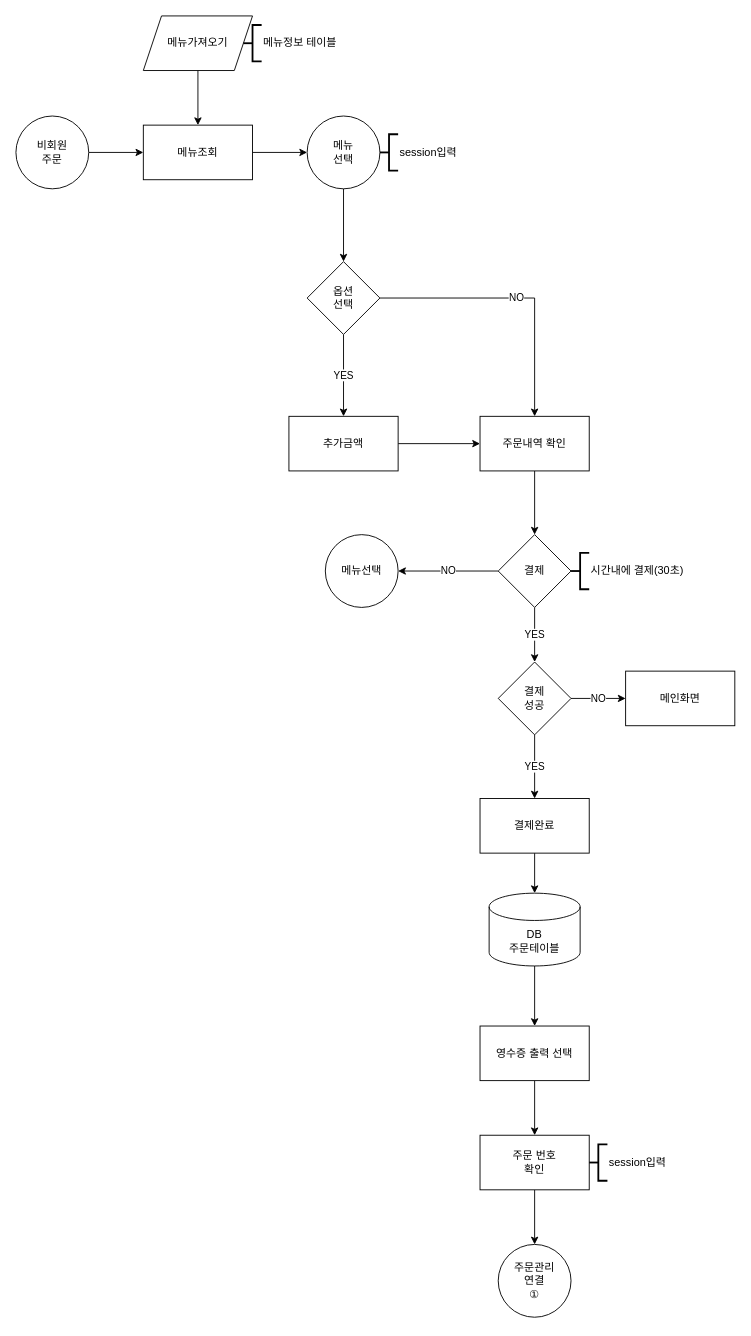
This is page "사용자_비회원주문" (5 of 15) of design/KioskClass.drawio from JinSolKwon/cafeKiosk, a draw.io file, before an edit. Source tidied: cells renumbered, new cells numbered last; positions are measured from the earlier drawing's top-left corner, leaving out a move shared by most shapes. Both pictures are drawn from the tidied source at 91%, with x=0, y=0 at pixel (15, 15).
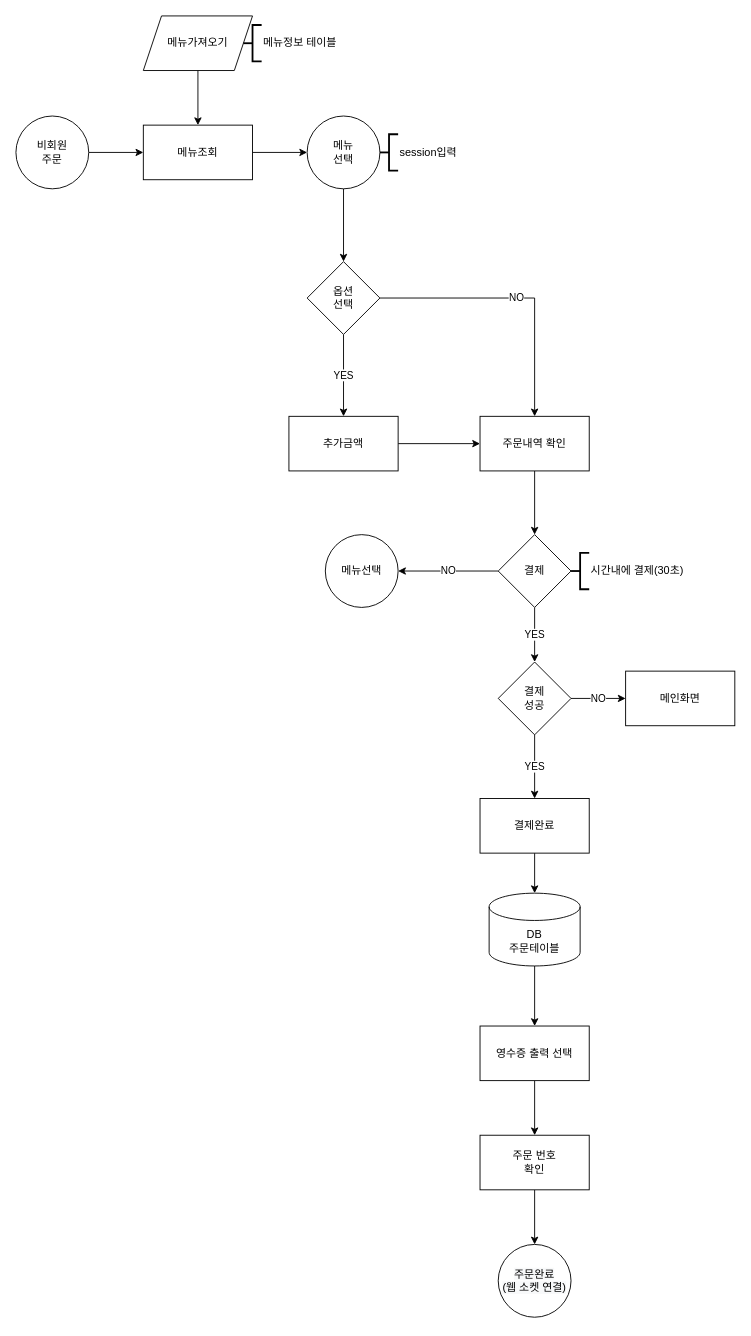
The same diagram, later.

What changed in the source:
```diff
@@
-    <mxCell id="31" value="&lt;span style=&quot;text-align: center&quot;&gt;session입력&lt;/span&gt;" style="strokeWidth=2;html=1;shape=mxgraph.flowchart.annotation_2;align=left;labelPosition=right;" parent="1" vertex="1">
-      <mxGeometry x="630" y="1240" width="20" height="40" as="geometry" />
-    </mxCell>
-    <mxCell id="32" value="주문관리&lt;br&gt;연결&lt;br&gt;①" style="ellipse;whiteSpace=wrap;html=1;" parent="1" vertex="1">
+    <mxCell id="32" value="&#10;&#10;&lt;span style=&quot;color: rgb(0, 0, 0); font-family: helvetica; font-size: 12px; font-style: normal; font-weight: 400; letter-spacing: normal; text-align: center; text-indent: 0px; text-transform: none; word-spacing: 0px; background-color: rgb(248, 249, 250); display: inline; float: none;&quot;&gt;주문완료&lt;/span&gt;&lt;br style=&quot;color: rgb(0, 0, 0); font-family: helvetica; font-size: 12px; font-style: normal; font-weight: 400; letter-spacing: normal; text-align: center; text-indent: 0px; text-transform: none; word-spacing: 0px; background-color: rgb(248, 249, 250);&quot;&gt;&lt;span style=&quot;color: rgb(0, 0, 0); font-family: helvetica; font-size: 12px; font-style: normal; font-weight: 400; letter-spacing: normal; text-align: center; text-indent: 0px; text-transform: none; word-spacing: 0px; background-color: rgb(248, 249, 250); display: inline; float: none;&quot;&gt;(웹 소켓 연결)&lt;/span&gt;&#10;&#10;" style="ellipse;whiteSpace=wrap;html=1;" parent="1" vertex="1">
       <mxGeometry x="530" y="1350" width="80" height="80" as="geometry" />
     </mxCell>
```
